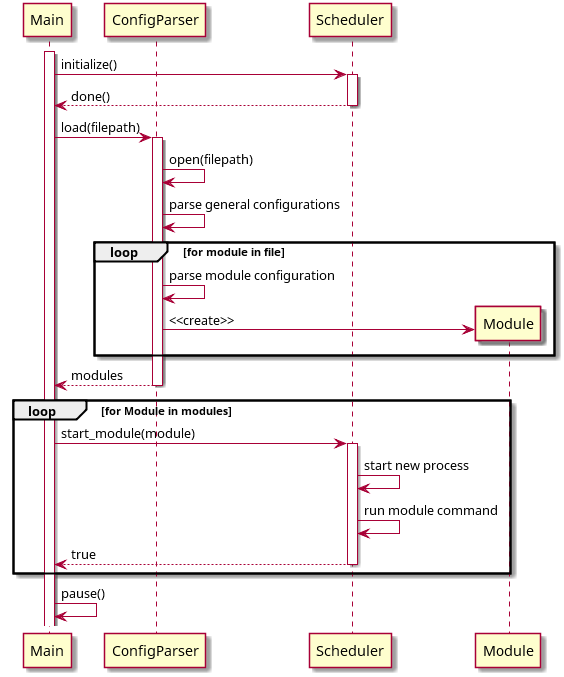
Before: diagrams/png/sequence_diagram_start_iteration_0.png, a diagram exported from PlantUML (TehDaniel37/Pasta). Source of this version:
```plantuml
@startuml
participant Main
participant ConfigParser
participant Scheduler

activate Main
Main->Scheduler: initialize()

activate Scheduler
Main<--Scheduler: done()
deactivate Scheduler

Main->ConfigParser: load(filepath)

activate ConfigParser
ConfigParser->ConfigParser: open(filepath)
ConfigParser->ConfigParser: parse general configurations
loop for module in file
    ConfigParser->ConfigParser: parse module configuration
    create Module
    ConfigParser->Module: <<create>>

end
Main<--ConfigParser: modules
deactivate ConfigParser

loop for Module in modules
    Main->Scheduler: start_module(module)

    activate Scheduler
    Scheduler->Scheduler: start new process
    Scheduler->Scheduler: run module command
    Main<--Scheduler: true
    deactivate Scheduler

end

Main->Main: pause()
@enduml
```
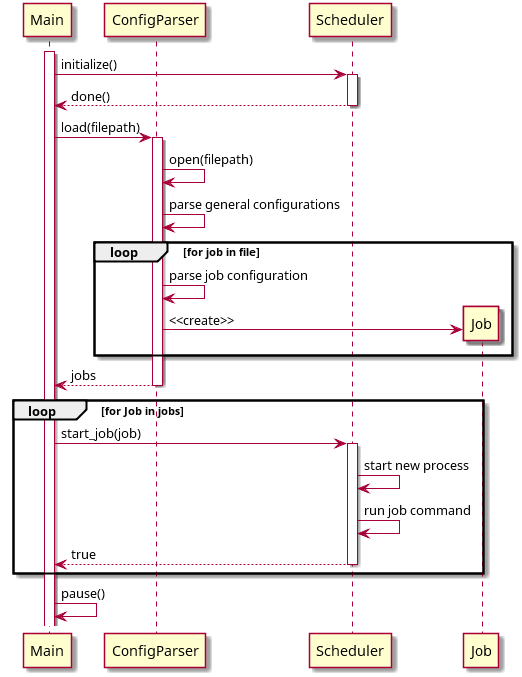
Later version of the same file.

Commit message:
Changes "Module" to "Job" in diagrams

The edit, as a diff of the source:
```diff
@@ -15,21 +15,21 @@
 activate ConfigParser
 ConfigParser->ConfigParser: open(filepath)
 ConfigParser->ConfigParser: parse general configurations
-loop for module in file
-    ConfigParser->ConfigParser: parse module configuration
-    create Module
-    ConfigParser->Module: <<create>>
+loop for job in file
+    ConfigParser->ConfigParser: parse job configuration
+    create Job
+    ConfigParser->Job: <<create>>
 
 end
-Main<--ConfigParser: modules
+Main<--ConfigParser: jobs
 deactivate ConfigParser
 
-loop for Module in modules
-    Main->Scheduler: start_module(module)
+loop for Job in jobs
+    Main->Scheduler: start_job(job)
 
     activate Scheduler
     Scheduler->Scheduler: start new process
-    Scheduler->Scheduler: run module command
+    Scheduler->Scheduler: run job command
     Main<--Scheduler: true
     deactivate Scheduler
 
```
